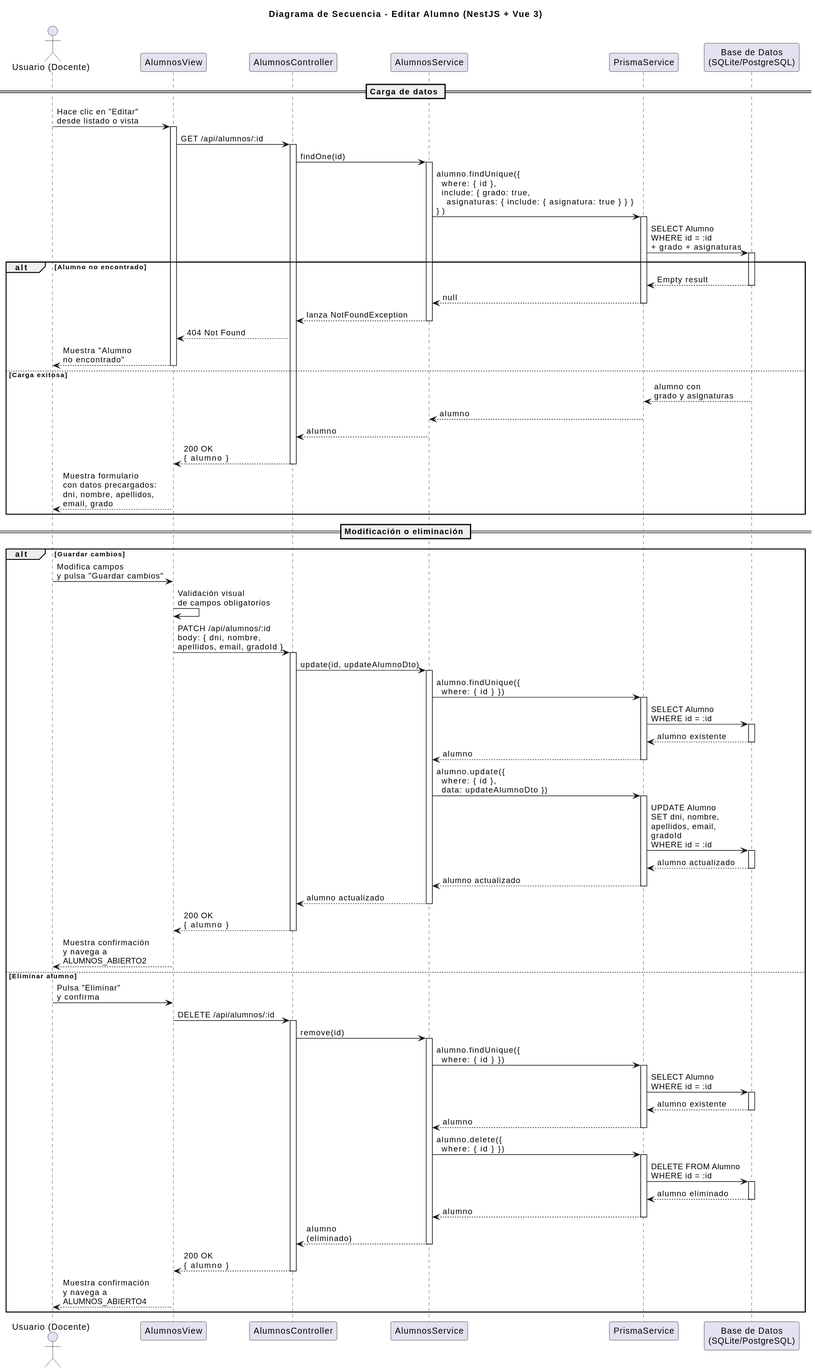
Before: images/diseño/editarAlumno/secuencia.svg, a diagram exported from PlantUML (marcosgutierrez6/25-26-idsw2-sdVC). The source it was exported from:
```plantuml
@startuml
title Diagrama de Secuencia - Editar Alumno (NestJS + Vue 3)

actor "Usuario (Docente)" as User
participant "AlumnosView" as FE
participant "AlumnosController" as Controller
participant "AlumnosService" as Service
participant "PrismaService" as Prisma
participant "Base de Datos\n(SQLite/PostgreSQL)" as DB

== Carga de datos ==

User -> FE: Hace clic en "Editar"\ndesde listado o vista
activate FE

FE -> Controller: GET /api/alumnos/:id
activate Controller

Controller -> Service: findOne(id)
activate Service

Service -> Prisma: alumno.findUnique({\n  where: { id },\n  include: { grado: true,\n    asignaturas: { include: { asignatura: true } } }\n})
activate Prisma
Prisma -> DB: SELECT Alumno\nWHERE id = :id\n+ grado + asignaturas
activate DB

alt Alumno no encontrado
  DB --> Prisma: Empty result
  deactivate DB
  Prisma --> Service: null
  deactivate Prisma
  Service --> Controller: lanza NotFoundException
  deactivate Service
  Controller --> FE: 404 Not Found
  FE --> User: Muestra "Alumno\nno encontrado"
  deactivate FE
else Carga exitosa
  DB --> Prisma: alumno con\ngrado y asignaturas
  deactivate DB
  Prisma --> Service: alumno
  deactivate Prisma
  Service --> Controller: alumno
  deactivate Service
  Controller --> FE: 200 OK\n{ alumno }
  deactivate Controller
  FE --> User: Muestra formulario\ncon datos precargados:\ndni, nombre, apellidos,\nemail, grado
end

== Modificación o eliminación ==

alt Guardar cambios
  User -> FE: Modifica campos\ny pulsa "Guardar cambios"
  FE -> FE: Validación visual\nde campos obligatorios

  FE -> Controller: PATCH /api/alumnos/:id\nbody: { dni, nombre,\napellidos, email, gradoId }
  activate Controller
  Controller -> Service: update(id, updateAlumnoDto)
  activate Service

  Service -> Prisma: alumno.findUnique({\n  where: { id } })
  activate Prisma
  Prisma -> DB: SELECT Alumno\nWHERE id = :id
  activate DB
  DB --> Prisma: alumno existente
  deactivate DB
  Prisma --> Service: alumno
  deactivate Prisma

  Service -> Prisma: alumno.update({\n  where: { id },\n  data: updateAlumnoDto })
  activate Prisma
  Prisma -> DB: UPDATE Alumno\nSET dni, nombre,\napellidos, email,\ngradoId\nWHERE id = :id
  activate DB
  DB --> Prisma: alumno actualizado
  deactivate DB
  Prisma --> Service: alumno actualizado
  deactivate Prisma

  Service --> Controller: alumno actualizado
  deactivate Service
  Controller --> FE: 200 OK\n{ alumno }
  deactivate Controller
  FE --> User: Muestra confirmación\ny navega a\nALUMNOS_ABIERTO2

else Eliminar alumno
  User -> FE: Pulsa "Eliminar"\ny confirma
  FE -> Controller: DELETE /api/alumnos/:id
  activate Controller
  Controller -> Service: remove(id)
  activate Service

  Service -> Prisma: alumno.findUnique({\n  where: { id } })
  activate Prisma
  Prisma -> DB: SELECT Alumno\nWHERE id = :id
  activate DB
  DB --> Prisma: alumno existente
  deactivate DB
  Prisma --> Service: alumno
  deactivate Prisma

  Service -> Prisma: alumno.delete({\n  where: { id } })
  activate Prisma
  Prisma -> DB: DELETE FROM Alumno\nWHERE id = :id
  activate DB
  DB --> Prisma: alumno eliminado
  deactivate DB
  Prisma --> Service: alumno
  deactivate Prisma

  Service --> Controller: alumno\n(eliminado)
  deactivate Service
  Controller --> FE: 200 OK\n{ alumno }
  deactivate Controller
  FE --> User: Muestra confirmación\ny navega a\nALUMNOS_ABIERTO4
end

deactivate FE
@enduml
```
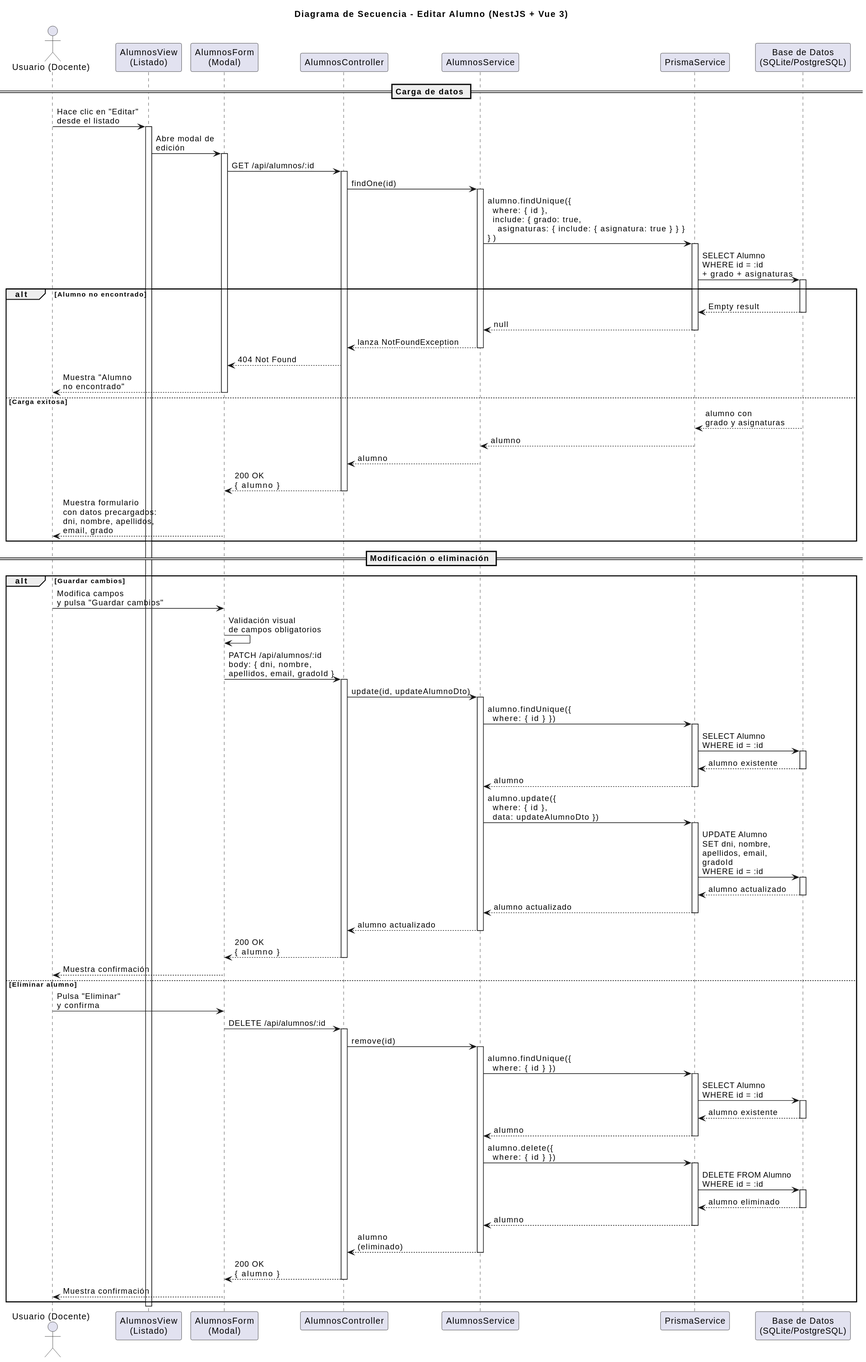
After the commit.

The edit, as a diff of the source:
```diff
@@ -2,7 +2,8 @@
 title Diagrama de Secuencia - Editar Alumno (NestJS + Vue 3)
 
 actor "Usuario (Docente)" as User
-participant "AlumnosView" as FE
+participant "AlumnosView\n(Listado)" as List
+participant "AlumnosForm\n(Modal)" as Form
 participant "AlumnosController" as Controller
 participant "AlumnosService" as Service
 participant "PrismaService" as Prisma
@@ -10,10 +11,13 @@
 
 == Carga de datos ==
 
-User -> FE: Hace clic en "Editar"\ndesde listado o vista
-activate FE
+User -> List: Hace clic en "Editar"\ndesde el listado
+activate List
 
-FE -> Controller: GET /api/alumnos/:id
+List -> Form: Abre modal de\nedición
+activate Form
+
+Form -> Controller: GET /api/alumnos/:id
 activate Controller
 
 Controller -> Service: findOne(id)
@@ -31,9 +35,9 @@
   deactivate Prisma
   Service --> Controller: lanza NotFoundException
   deactivate Service
-  Controller --> FE: 404 Not Found
-  FE --> User: Muestra "Alumno\nno encontrado"
-  deactivate FE
+  Controller --> Form: 404 Not Found
+  Form --> User: Muestra "Alumno\nno encontrado"
+  deactivate Form
 else Carga exitosa
   DB --> Prisma: alumno con\ngrado y asignaturas
   deactivate DB
@@ -41,18 +45,18 @@
   deactivate Prisma
   Service --> Controller: alumno
   deactivate Service
-  Controller --> FE: 200 OK\n{ alumno }
+  Controller --> Form: 200 OK\n{ alumno }
   deactivate Controller
-  FE --> User: Muestra formulario\ncon datos precargados:\ndni, nombre, apellidos,\nemail, grado
+  Form --> User: Muestra formulario\ncon datos precargados:\ndni, nombre, apellidos,\nemail, grado
 end
 
 == Modificación o eliminación ==
 
 alt Guardar cambios
-  User -> FE: Modifica campos\ny pulsa "Guardar cambios"
-  FE -> FE: Validación visual\nde campos obligatorios
+  User -> Form: Modifica campos\ny pulsa "Guardar cambios"
+  Form -> Form: Validación visual\nde campos obligatorios
 
-  FE -> Controller: PATCH /api/alumnos/:id\nbody: { dni, nombre,\napellidos, email, gradoId }
+  Form -> Controller: PATCH /api/alumnos/:id\nbody: { dni, nombre,\napellidos, email, gradoId }
   activate Controller
   Controller -> Service: update(id, updateAlumnoDto)
   activate Service
@@ -77,13 +81,13 @@
 
   Service --> Controller: alumno actualizado
   deactivate Service
-  Controller --> FE: 200 OK\n{ alumno }
+  Controller --> Form: 200 OK\n{ alumno }
   deactivate Controller
-  FE --> User: Muestra confirmación\ny navega a\nALUMNOS_ABIERTO2
+  Form --> User: Muestra confirmación
 
 else Eliminar alumno
-  User -> FE: Pulsa "Eliminar"\ny confirma
-  FE -> Controller: DELETE /api/alumnos/:id
+  User -> Form: Pulsa "Eliminar"\ny confirma
+  Form -> Controller: DELETE /api/alumnos/:id
   activate Controller
   Controller -> Service: remove(id)
   activate Service
@@ -108,10 +112,11 @@
 
   Service --> Controller: alumno\n(eliminado)
   deactivate Service
-  Controller --> FE: 200 OK\n{ alumno }
+  Controller --> Form: 200 OK\n{ alumno }
   deactivate Controller
-  FE --> User: Muestra confirmación\ny navega a\nALUMNOS_ABIERTO4
+  Form --> User: Muestra confirmación
 end
 
-deactivate FE
+deactivate Form
+deactivate List
 @enduml
```
